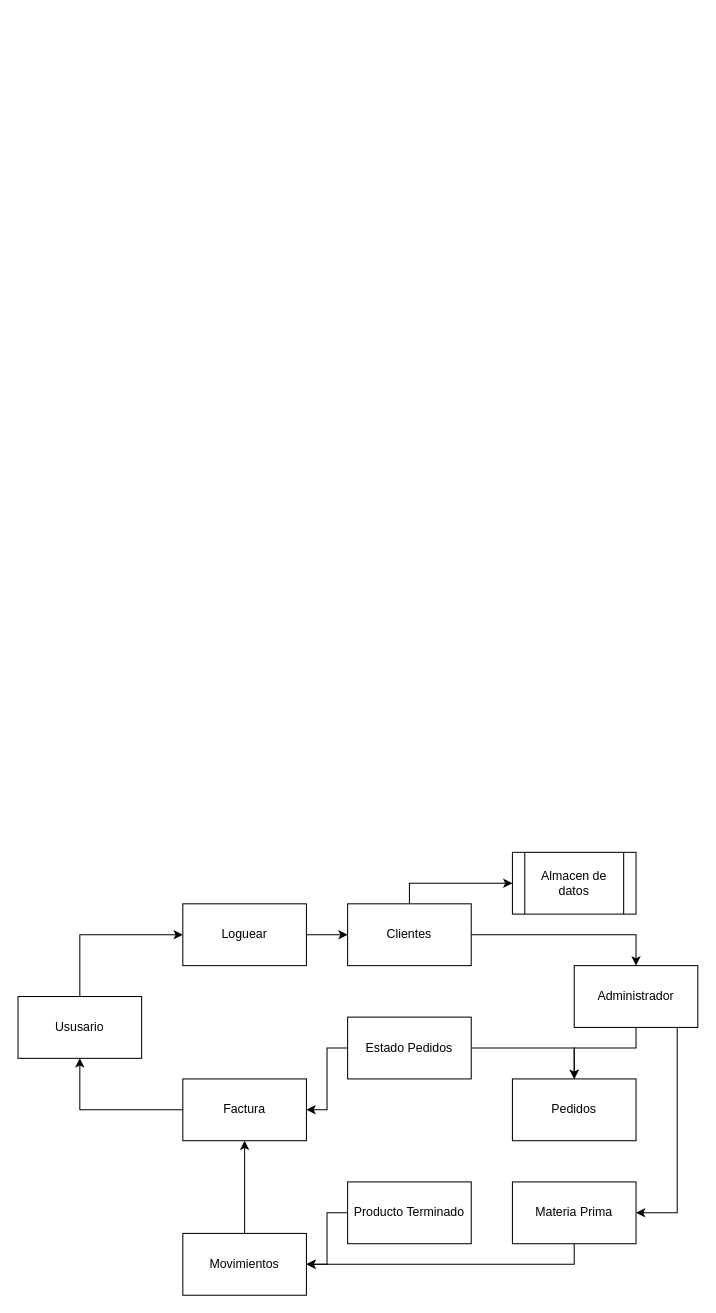
Before: Diagrama de flujo.drawio in nicolasmangialavore/PP---Chiflete-Loco, a draw.io diagram. Source tidied: cells renumbered, new cells numbered last; positions are measured from the earlier drawing's top-left corner, leaving out a move shared by most shapes. Both pictures are drawn from the tidied source at 103%, with x=0, y=0 at pixel (18, 852).
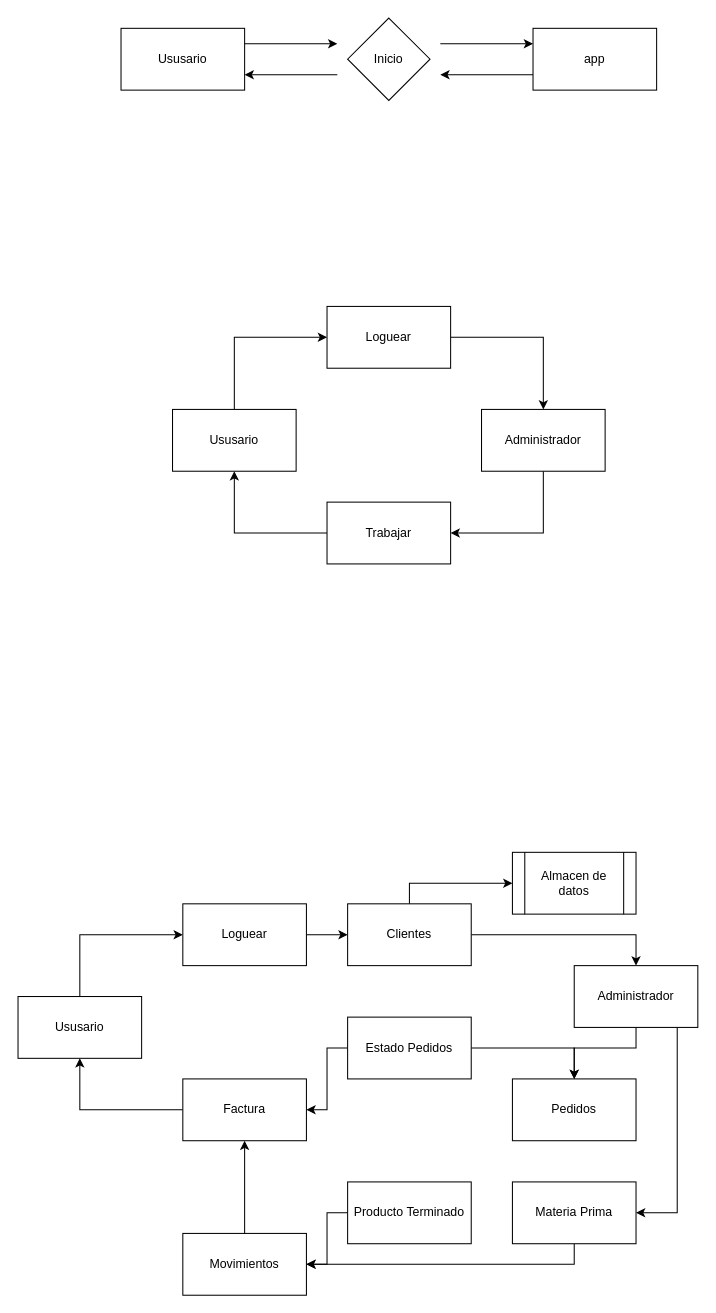
After the change.

What changed in the source:
```diff
@@
+    <mxCell id="25" style="edgeStyle=orthogonalEdgeStyle;rounded=0;jettySize=auto;html=1;entryX=0;entryY=0.5;entryDx=0;entryDy=0;" parent="1" edge="1" source="26" target="28">
+      <mxGeometry relative="1" as="geometry">
+        <Array as="points">
+          <mxPoint x="210" y="-500" />
+        </Array>
+      </mxGeometry>
+    </mxCell>
+    <mxCell id="26" value="Ususario" style="rounded=0;whiteSpace=wrap;html=1;" parent="1" vertex="1">
+      <mxGeometry x="150" y="-430" width="120" height="60" as="geometry" />
+    </mxCell>
+    <mxCell id="27" style="edgeStyle=orthogonalEdgeStyle;rounded=0;jettySize=auto;html=1;entryX=0.5;entryY=0;entryDx=0;entryDy=0;" parent="1" edge="1" source="28" target="30">
+      <mxGeometry relative="1" as="geometry" />
+    </mxCell>
+    <mxCell id="28" value="Loguear" style="rounded=0;whiteSpace=wrap;html=1;" parent="1" vertex="1">
+      <mxGeometry x="300" y="-530" width="120" height="60" as="geometry" />
+    </mxCell>
+    <mxCell id="29" style="edgeStyle=orthogonalEdgeStyle;rounded=0;jettySize=auto;html=1;entryX=1;entryY=0.5;entryDx=0;entryDy=0;" parent="1" edge="1" source="30" target="32">
+      <mxGeometry relative="1" as="geometry">
+        <Array as="points">
+          <mxPoint x="510" y="-310" />
+        </Array>
+      </mxGeometry>
+    </mxCell>
+    <mxCell id="30" value="Administrador" style="rounded=0;whiteSpace=wrap;html=1;" parent="1" vertex="1">
+      <mxGeometry x="450" y="-430" width="120" height="60" as="geometry" />
+    </mxCell>
+    <mxCell id="31" style="edgeStyle=orthogonalEdgeStyle;rounded=0;jettySize=auto;html=1;entryX=0.5;entryY=1;entryDx=0;entryDy=0;" parent="1" edge="1" source="32" target="26">
+      <mxGeometry relative="1" as="geometry" />
+    </mxCell>
+    <mxCell id="32" value="Trabajar" style="rounded=0;whiteSpace=wrap;html=1;" parent="1" vertex="1">
+      <mxGeometry x="300" y="-340" width="120" height="60" as="geometry" />
+    </mxCell>
+    <mxCell id="33" value="Ususario" style="rounded=0;whiteSpace=wrap;html=1;" parent="1" vertex="1">
+      <mxGeometry x="100" y="-800" width="120" height="60" as="geometry" />
+    </mxCell>
+    <mxCell id="34" value="app" style="rounded=0;whiteSpace=wrap;html=1;" parent="1" vertex="1">
+      <mxGeometry x="500" y="-800" width="120" height="60" as="geometry" />
+    </mxCell>
+    <mxCell id="35" value="Inicio" style="rhombus;whiteSpace=wrap;html=1;" parent="1" vertex="1">
+      <mxGeometry x="320" y="-810" width="80" height="80" as="geometry" />
+    </mxCell>
+    <mxCell id="36" style="endArrow=classic;html=1;rounded=0;exitX=1;exitY=0.25;exitDx=0;exitDy=0;" parent="1" edge="1" source="33">
+      <mxGeometry relative="1" as="geometry">
+        <mxPoint x="310" y="-785" as="targetPoint" />
+      </mxGeometry>
+    </mxCell>
+    <mxCell id="37" style="endArrow=classic;html=1;rounded=0;entryX=0;entryY=0.25;entryDx=0;entryDy=0;" parent="1" edge="1" target="34">
+      <mxGeometry relative="1" as="geometry">
+        <mxPoint x="410" y="-785" as="sourcePoint" />
+      </mxGeometry>
+    </mxCell>
+    <mxCell id="38" style="endArrow=classic;html=1;rounded=0;entryX=1;entryY=0.75;entryDx=0;entryDy=0;" parent="1" edge="1" target="33">
+      <mxGeometry relative="1" as="geometry">
+        <mxPoint x="310" y="-755" as="sourcePoint" />
+      </mxGeometry>
+    </mxCell>
+    <mxCell id="39" style="endArrow=classic;html=1;rounded=0;entryX=1;entryY=0.75;entryDx=0;entryDy=0;exitX=0;exitY=0.75;exitDx=0;exitDy=0;" parent="1" edge="1" source="34">
+      <mxGeometry relative="1" as="geometry">
+        <mxPoint x="410" y="-755" as="targetPoint" />
+      </mxGeometry>
+    </mxCell>
```
